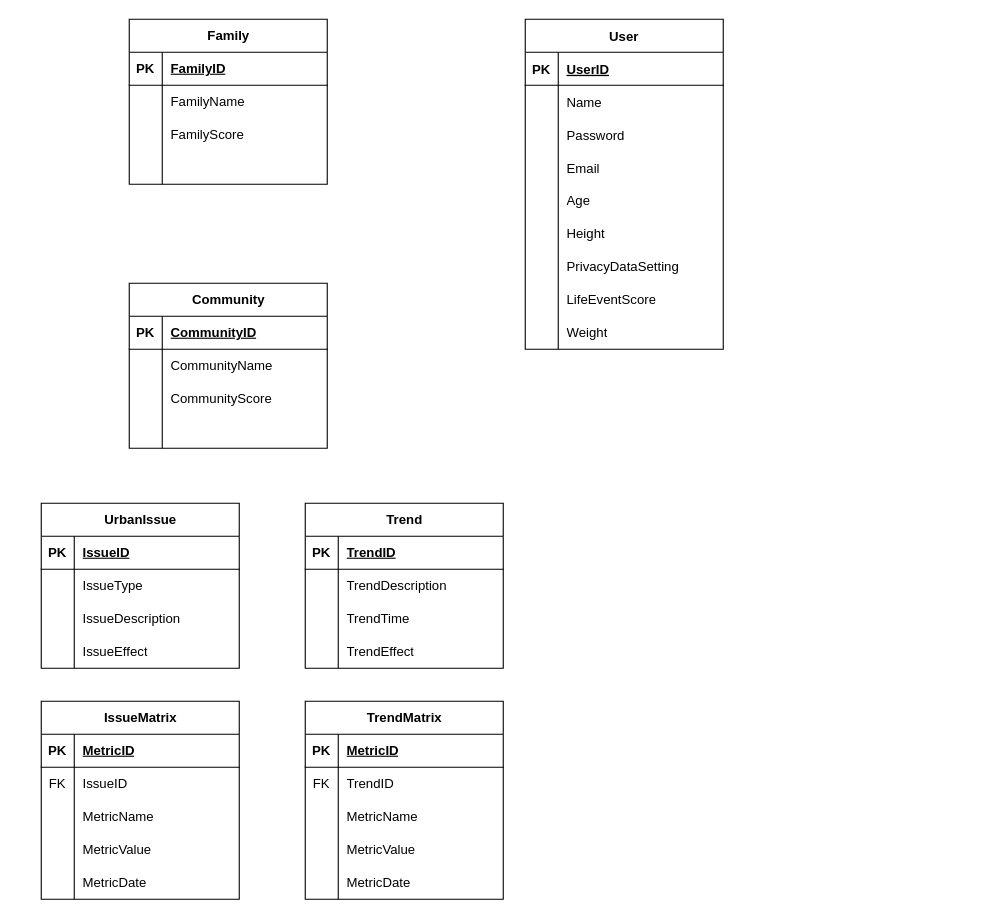
This is 1/INFO 5100/Asmts/Group Assignment 1/Deliverables/Database Schema.drawio from yfeng445/NEU, a draw.io file, before an edit. Source tidied: cells renumbered, new cells numbered last; positions are measured from the earlier drawing's top-left corner, leaving out a move shared by most shapes. Both pictures are drawn from the tidied source at 110%, with x=0, y=0 at pixel (41, 19).
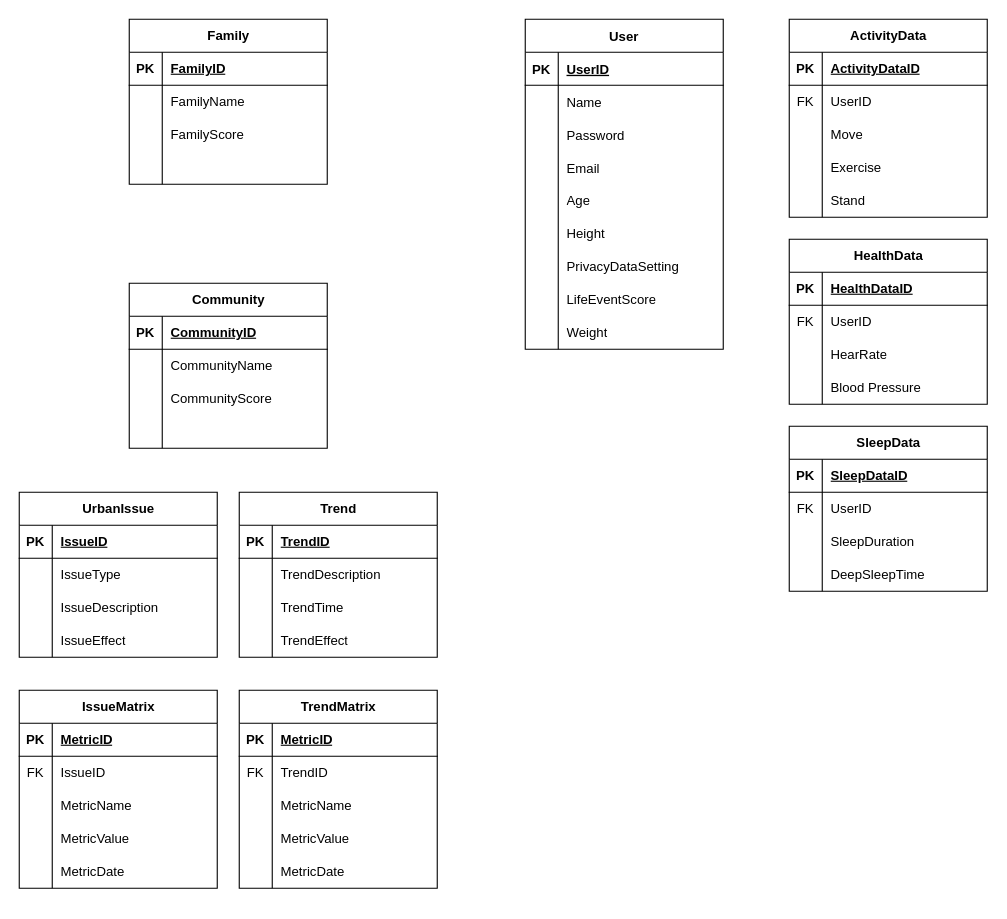
After the change.

The edit, as a diff of the source:
```diff
@@
     <mxCell id="56" value="UrbanIssue" style="shape=table;startSize=30;childLayout=tableLayout;rowLines=0;fontStyle=1;align=center;html=1;" parent="1" vertex="1">
-      <mxGeometry y="440" width="180" height="150" as="geometry" />
+      <mxGeometry x="-20" y="430" width="180" height="150" as="geometry" />
     </mxCell>
@@
     <mxCell id="69" value="Trend" style="shape=table;startSize=30;childLayout=tableLayout;rowLines=0;fontStyle=1;align=center;html=1;" parent="1" vertex="1">
-      <mxGeometry x="240" y="440" width="180" height="150" as="geometry" />
+      <mxGeometry x="180" y="430" width="180" height="150" as="geometry" />
     </mxCell>
@@
     <mxCell id="82" value="IssueMatrix" style="shape=table;startSize=30;childLayout=tableLayout;rowLines=0;fontStyle=1;align=center;html=1;" parent="1" vertex="1">
-      <mxGeometry y="620" width="180" height="180" as="geometry" />
+      <mxGeometry x="-20" y="610" width="180" height="180" as="geometry" />
     </mxCell>
@@
     <mxCell id="98" value="TrendMatrix" style="shape=table;startSize=30;childLayout=tableLayout;rowLines=0;fontStyle=1;align=center;html=1;" parent="1" vertex="1">
-      <mxGeometry x="240" y="620" width="180" height="180" as="geometry" />
+      <mxGeometry x="180" y="610" width="180" height="180" as="geometry" />
     </mxCell>
@@
+    <mxCell id="114" value="ActivityData" style="shape=table;startSize=30;childLayout=tableLayout;rowLines=0;fontStyle=1;align=center;html=1;" parent="1" vertex="1">
+      <mxGeometry x="680" width="180" height="180" as="geometry" />
+    </mxCell>
+    <mxCell id="115" style="shape=tableRow;horizontal=0;startSize=0;swimlaneHead=0;swimlaneBody=0;fillColor=none;top=0;left=0;right=0;bottom=1;" parent="114" vertex="1">
+      <mxGeometry y="30" width="180" height="30" as="geometry" />
+    </mxCell>
+    <mxCell id="116" value="PK" style="shape=partialRectangle;fillColor=none;top=0;left=0;bottom=0;right=0;fontStyle=1;overflow=hidden;whiteSpace=wrap;html=1;" parent="115" vertex="1">
+      <mxGeometry width="30" height="30" as="geometry" />
+    </mxCell>
+    <mxCell id="117" value="ActivityDataID" style="shape=partialRectangle;fillColor=none;top=0;left=0;bottom=0;right=0;align=left;spacingLeft=6;fontStyle=5;overflow=hidden;whiteSpace=wrap;html=1;" parent="115" vertex="1">
+      <mxGeometry x="30" width="150" height="30" as="geometry" />
+    </mxCell>
+    <mxCell id="118" style="shape=tableRow;horizontal=0;startSize=0;swimlaneHead=0;swimlaneBody=0;fillColor=none;top=0;left=0;right=0;bottom=0;" parent="114" vertex="1">
+      <mxGeometry y="60" width="180" height="30" as="geometry" />
+    </mxCell>
+    <mxCell id="119" value="FK" style="shape=partialRectangle;fillColor=none;top=0;left=0;bottom=0;right=0;overflow=hidden;whiteSpace=wrap;html=1;" parent="118" vertex="1">
+      <mxGeometry width="30" height="30" as="geometry" />
+    </mxCell>
+    <mxCell id="120" value="UserID" style="shape=partialRectangle;fillColor=none;top=0;left=0;bottom=0;right=0;align=left;spacingLeft=6;overflow=hidden;whiteSpace=wrap;html=1;" parent="118" vertex="1">
+      <mxGeometry x="30" width="150" height="30" as="geometry" />
+    </mxCell>
+    <mxCell id="121" style="shape=tableRow;horizontal=0;startSize=0;swimlaneHead=0;swimlaneBody=0;fillColor=none;top=0;left=0;right=0;bottom=0;" parent="114" vertex="1">
+      <mxGeometry y="90" width="180" height="30" as="geometry" />
+    </mxCell>
+    <mxCell id="122" style="shape=partialRectangle;fillColor=none;top=0;left=0;bottom=0;right=0;overflow=hidden;whiteSpace=wrap;html=1;" parent="121" vertex="1">
+      <mxGeometry width="30" height="30" as="geometry" />
+    </mxCell>
+    <mxCell id="123" value="Move" style="shape=partialRectangle;fillColor=none;top=0;left=0;bottom=0;right=0;align=left;spacingLeft=6;overflow=hidden;whiteSpace=wrap;html=1;" parent="121" vertex="1">
+      <mxGeometry x="30" width="150" height="30" as="geometry" />
+    </mxCell>
+    <mxCell id="124" style="shape=tableRow;horizontal=0;startSize=0;swimlaneHead=0;swimlaneBody=0;fillColor=none;top=0;left=0;right=0;bottom=0;" parent="114" vertex="1">
+      <mxGeometry y="120" width="180" height="30" as="geometry" />
+    </mxCell>
+    <mxCell id="125" style="shape=partialRectangle;fillColor=none;top=0;left=0;bottom=0;right=0;overflow=hidden;whiteSpace=wrap;html=1;" parent="124" vertex="1">
+      <mxGeometry width="30" height="30" as="geometry" />
+    </mxCell>
+    <mxCell id="126" value="Exercise" style="shape=partialRectangle;fillColor=none;top=0;left=0;bottom=0;right=0;align=left;spacingLeft=6;overflow=hidden;whiteSpace=wrap;html=1;" parent="124" vertex="1">
+      <mxGeometry x="30" width="150" height="30" as="geometry" />
+    </mxCell>
+    <mxCell id="127" style="shape=tableRow;horizontal=0;startSize=0;swimlaneHead=0;swimlaneBody=0;fillColor=none;top=0;left=0;right=0;bottom=0;" parent="114" vertex="1">
+      <mxGeometry y="150" width="180" height="30" as="geometry" />
+    </mxCell>
+    <mxCell id="128" style="shape=partialRectangle;fillColor=none;top=0;left=0;bottom=0;right=0;fontStyle=0;overflow=hidden;whiteSpace=wrap;html=1;" parent="127" vertex="1">
+      <mxGeometry width="30" height="30" as="geometry" />
+    </mxCell>
+    <mxCell id="129" value="Stand" style="shape=partialRectangle;fillColor=none;top=0;left=0;bottom=0;right=0;align=left;spacingLeft=6;fontStyle=0;overflow=hidden;whiteSpace=wrap;html=1;" parent="127" vertex="1">
+      <mxGeometry x="30" width="150" height="30" as="geometry" />
+    </mxCell>
+    <mxCell id="130" value="HealthData" style="shape=table;startSize=30;childLayout=tableLayout;rowLines=0;fontStyle=1;align=center;html=1;" parent="1" vertex="1">
+      <mxGeometry x="680" y="200" width="180" height="150" as="geometry" />
+    </mxCell>
+    <mxCell id="131" style="shape=tableRow;horizontal=0;startSize=0;swimlaneHead=0;swimlaneBody=0;fillColor=none;top=0;left=0;right=0;bottom=1;" parent="130" vertex="1">
+      <mxGeometry y="30" width="180" height="30" as="geometry" />
+    </mxCell>
+    <mxCell id="132" value="PK" style="shape=partialRectangle;fillColor=none;top=0;left=0;bottom=0;right=0;fontStyle=1;overflow=hidden;whiteSpace=wrap;html=1;" parent="131" vertex="1">
+      <mxGeometry width="30" height="30" as="geometry" />
+    </mxCell>
+    <mxCell id="133" value="HealthDataID" style="shape=partialRectangle;fillColor=none;top=0;left=0;bottom=0;right=0;align=left;spacingLeft=6;fontStyle=5;overflow=hidden;whiteSpace=wrap;html=1;" parent="131" vertex="1">
+      <mxGeometry x="30" width="150" height="30" as="geometry" />
+    </mxCell>
+    <mxCell id="134" style="shape=tableRow;horizontal=0;startSize=0;swimlaneHead=0;swimlaneBody=0;fillColor=none;top=0;left=0;right=0;bottom=0;" parent="130" vertex="1">
+      <mxGeometry y="60" width="180" height="30" as="geometry" />
+    </mxCell>
+    <mxCell id="135" value="FK" style="shape=partialRectangle;fillColor=none;top=0;left=0;bottom=0;right=0;overflow=hidden;whiteSpace=wrap;html=1;" parent="134" vertex="1">
+      <mxGeometry width="30" height="30" as="geometry" />
+    </mxCell>
+    <mxCell id="136" value="UserID" style="shape=partialRectangle;fillColor=none;top=0;left=0;bottom=0;right=0;align=left;spacingLeft=6;overflow=hidden;whiteSpace=wrap;html=1;" parent="134" vertex="1">
+      <mxGeometry x="30" width="150" height="30" as="geometry" />
+    </mxCell>
+    <mxCell id="137" style="shape=tableRow;horizontal=0;startSize=0;swimlaneHead=0;swimlaneBody=0;fillColor=none;top=0;left=0;right=0;bottom=0;" parent="130" vertex="1">
+      <mxGeometry y="90" width="180" height="30" as="geometry" />
+    </mxCell>
+    <mxCell id="138" style="shape=partialRectangle;fillColor=none;top=0;left=0;bottom=0;right=0;overflow=hidden;whiteSpace=wrap;html=1;" parent="137" vertex="1">
+      <mxGeometry width="30" height="30" as="geometry" />
+    </mxCell>
+    <mxCell id="139" value="HearRate" style="shape=partialRectangle;fillColor=none;top=0;left=0;bottom=0;right=0;align=left;spacingLeft=6;overflow=hidden;whiteSpace=wrap;html=1;" parent="137" vertex="1">
+      <mxGeometry x="30" width="150" height="30" as="geometry" />
+    </mxCell>
+    <mxCell id="140" style="shape=tableRow;horizontal=0;startSize=0;swimlaneHead=0;swimlaneBody=0;fillColor=none;top=0;left=0;right=0;bottom=0;" parent="130" vertex="1">
+      <mxGeometry y="120" width="180" height="30" as="geometry" />
+    </mxCell>
+    <mxCell id="141" style="shape=partialRectangle;fillColor=none;top=0;left=0;bottom=0;right=0;overflow=hidden;whiteSpace=wrap;html=1;" parent="140" vertex="1">
+      <mxGeometry width="30" height="30" as="geometry" />
+    </mxCell>
+    <mxCell id="142" value="Blood Pressure" style="shape=partialRectangle;fillColor=none;top=0;left=0;bottom=0;right=0;align=left;spacingLeft=6;overflow=hidden;whiteSpace=wrap;html=1;" parent="140" vertex="1">
+      <mxGeometry x="30" width="150" height="30" as="geometry" />
+    </mxCell>
+    <mxCell id="143" value="SleepData" style="shape=table;startSize=30;childLayout=tableLayout;rowLines=0;fontStyle=1;align=center;html=1;" parent="1" vertex="1">
+      <mxGeometry x="680" y="370" width="180" height="150" as="geometry" />
+    </mxCell>
+    <mxCell id="144" style="shape=tableRow;horizontal=0;startSize=0;swimlaneHead=0;swimlaneBody=0;fillColor=none;top=0;left=0;right=0;bottom=1;" parent="143" vertex="1">
+      <mxGeometry y="30" width="180" height="30" as="geometry" />
+    </mxCell>
+    <mxCell id="145" value="PK" style="shape=partialRectangle;fillColor=none;top=0;left=0;bottom=0;right=0;fontStyle=1;overflow=hidden;whiteSpace=wrap;html=1;" parent="144" vertex="1">
+      <mxGeometry width="30" height="30" as="geometry" />
+    </mxCell>
+    <mxCell id="146" value="SleepDataID" style="shape=partialRectangle;fillColor=none;top=0;left=0;bottom=0;right=0;align=left;spacingLeft=6;fontStyle=5;overflow=hidden;whiteSpace=wrap;html=1;" parent="144" vertex="1">
+      <mxGeometry x="30" width="150" height="30" as="geometry" />
+    </mxCell>
+    <mxCell id="147" style="shape=tableRow;horizontal=0;startSize=0;swimlaneHead=0;swimlaneBody=0;fillColor=none;top=0;left=0;right=0;bottom=0;" parent="143" vertex="1">
+      <mxGeometry y="60" width="180" height="30" as="geometry" />
+    </mxCell>
+    <mxCell id="148" value="FK" style="shape=partialRectangle;fillColor=none;top=0;left=0;bottom=0;right=0;overflow=hidden;whiteSpace=wrap;html=1;" parent="147" vertex="1">
+      <mxGeometry width="30" height="30" as="geometry" />
+    </mxCell>
+    <mxCell id="149" value="UserID" style="shape=partialRectangle;fillColor=none;top=0;left=0;bottom=0;right=0;align=left;spacingLeft=6;overflow=hidden;whiteSpace=wrap;html=1;" parent="147" vertex="1">
+      <mxGeometry x="30" width="150" height="30" as="geometry" />
+    </mxCell>
+    <mxCell id="150" style="shape=tableRow;horizontal=0;startSize=0;swimlaneHead=0;swimlaneBody=0;fillColor=none;top=0;left=0;right=0;bottom=0;" parent="143" vertex="1">
+      <mxGeometry y="90" width="180" height="30" as="geometry" />
+    </mxCell>
+    <mxCell id="151" style="shape=partialRectangle;fillColor=none;top=0;left=0;bottom=0;right=0;overflow=hidden;whiteSpace=wrap;html=1;" parent="150" vertex="1">
+      <mxGeometry width="30" height="30" as="geometry" />
+    </mxCell>
+    <mxCell id="152" value="SleepDuration" style="shape=partialRectangle;fillColor=none;top=0;left=0;bottom=0;right=0;align=left;spacingLeft=6;overflow=hidden;whiteSpace=wrap;html=1;" parent="150" vertex="1">
+      <mxGeometry x="30" width="150" height="30" as="geometry" />
+    </mxCell>
+    <mxCell id="153" style="shape=tableRow;horizontal=0;startSize=0;swimlaneHead=0;swimlaneBody=0;fillColor=none;top=0;left=0;right=0;bottom=0;" parent="143" vertex="1">
+      <mxGeometry y="120" width="180" height="30" as="geometry" />
+    </mxCell>
+    <mxCell id="154" style="shape=partialRectangle;fillColor=none;top=0;left=0;bottom=0;right=0;overflow=hidden;whiteSpace=wrap;html=1;" parent="153" vertex="1">
+      <mxGeometry width="30" height="30" as="geometry" />
+    </mxCell>
+    <mxCell id="155" value="DeepSleepTime" style="shape=partialRectangle;fillColor=none;top=0;left=0;bottom=0;right=0;align=left;spacingLeft=6;overflow=hidden;whiteSpace=wrap;html=1;" parent="153" vertex="1">
+      <mxGeometry x="30" width="150" height="30" as="geometry" />
+    </mxCell>
```
